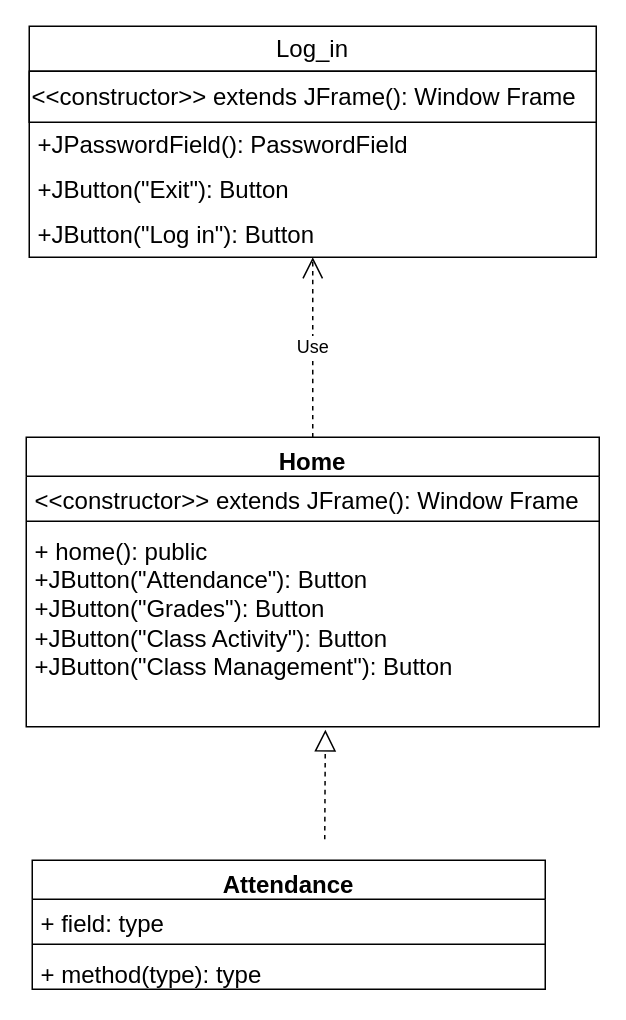
Earlier version of the draw.io diagram BIO_SCHOOL_TOOL.drawio (QuotableShip/Bio_School_Tool). Source tidied: cells renumbered, new cells numbered last; positions are measured from the earlier drawing's top-left corner, leaving out a move shared by most shapes. Both pictures are drawn from the tidied source at 150%, with x=0, y=0 at pixel (26, 26).
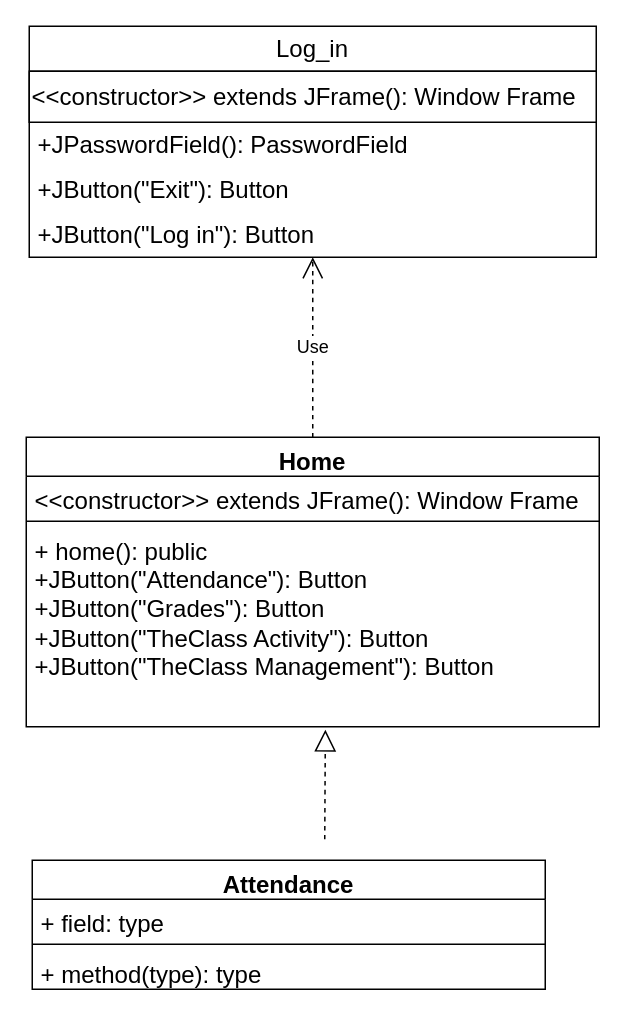
After the change.

Change to the diagram source:
```diff
@@
 <mxGraphModel>
   <root>
     <mxCell id="0" />
     <mxCell id="1" parent="0" />
     <mxCell id="2" value="Log_in" style="swimlane;fontStyle=0;horizontal=1;startSize=30;whiteSpace=wrap;html=1;fontSize=16;" parent="1" vertex="1">
       <mxGeometry x="2" width="378" height="154" as="geometry" />
     </mxCell>
     <mxCell id="3" value="&lt;div&gt;&amp;lt;&amp;lt;constructor&amp;gt;&amp;gt; extends JFrame(): Window Frame &lt;br&gt;&lt;/div&gt;" style="html=1;whiteSpace=wrap;fontSize=16;align=left;" parent="2" vertex="1">
       <mxGeometry y="30" width="378" height="34" as="geometry" />
     </mxCell>
     <mxCell id="4" value="+JPasswordField(): PasswordField" style="text;strokeColor=none;fillColor=none;align=left;verticalAlign=middle;spacingLeft=4;spacingRight=4;overflow=hidden;whiteSpace=wrap;html=1;fontSize=16;" parent="2" vertex="1">
       <mxGeometry y="64" width="378" height="30" as="geometry" />
     </mxCell>
     <mxCell id="5" value="+JButton(&quot;Exit&quot;): Button" style="text;strokeColor=none;fillColor=none;align=left;verticalAlign=middle;spacingLeft=4;spacingRight=4;overflow=hidden;whiteSpace=wrap;html=1;fontSize=16;" parent="2" vertex="1">
       <mxGeometry y="94" width="378" height="30" as="geometry" />
     </mxCell>
     <mxCell id="6" value="+JButton(&quot;Log in&quot;): Button" style="text;strokeColor=none;fillColor=none;align=left;verticalAlign=middle;spacingLeft=4;spacingRight=4;overflow=hidden;whiteSpace=wrap;html=1;fontSize=16;" parent="2" vertex="1">
       <mxGeometry y="124" width="378" height="30" as="geometry" />
     </mxCell>
     <mxCell id="7" value="Home" style="swimlane;fontStyle=1;align=center;verticalAlign=top;horizontal=1;startSize=26;whiteSpace=wrap;html=1;fontSize=16;" parent="1" vertex="1">
       <mxGeometry y="274" width="382" height="193" as="geometry" />
     </mxCell>
     <mxCell id="8" value="&amp;lt;&amp;lt;constructor&amp;gt;&amp;gt; extends JFrame(): Window Frame" style="text;strokeColor=none;fillColor=none;align=left;verticalAlign=top;spacingLeft=4;spacingRight=4;overflow=hidden;whiteSpace=wrap;html=1;fontSize=16;" parent="7" vertex="1">
       <mxGeometry y="26" width="382" height="26" as="geometry" />
     </mxCell>
     <mxCell id="9" style="line;strokeWidth=1;fillColor=none;align=left;verticalAlign=middle;spacingTop=-1;spacingLeft=3;spacingRight=3;labelPosition=right;strokeColor=inherit;fontSize=16;" parent="7" vertex="1">
       <mxGeometry y="52" width="382" height="8" as="geometry" />
     </mxCell>
     <mxCell id="10" style="endArrow=block;dashed=1;endFill=0;endSize=12;html=1;rounded=0;fontSize=12;curved=1;entryX=0.522;entryY=1.015;entryDx=0;entryDy=0;entryPerimeter=0;" parent="7" edge="1" target="11">
       <mxGeometry relative="1" as="geometry">
         <mxPoint x="199" y="268" as="sourcePoint" />
       </mxGeometry>
     </mxCell>
-    <mxCell id="11" value="&lt;div&gt;+ home(): public&lt;br&gt;&lt;/div&gt;&lt;div&gt;+JButton(&quot;Attendance&quot;): Button&lt;br&gt;&lt;/div&gt;&lt;div&gt;+JButton(&quot;Grades&quot;): Button&lt;br&gt;&lt;/div&gt;&lt;div&gt;+JButton(&quot;Class Activity&quot;): Button&lt;br&gt;&lt;/div&gt;&lt;div&gt;+JButton(&quot;Class Management&quot;): Button&lt;br&gt;&lt;/div&gt;&lt;div&gt;&lt;br&gt;&lt;/div&gt;&lt;div&gt;&lt;br&gt;&lt;/div&gt;&lt;div&gt;&lt;br&gt;&lt;/div&gt;&lt;div&gt;&lt;br&gt;&lt;/div&gt;&lt;div&gt;&lt;br&gt;&lt;/div&gt;" style="text;strokeColor=none;fillColor=none;align=left;verticalAlign=top;spacingLeft=4;spacingRight=4;overflow=hidden;points=[[0,0.5],[1,0.5]];portConstraint=eastwest;whiteSpace=wrap;html=1;fontSize=16;" parent="7" vertex="1">
+    <mxCell id="11" value="&lt;div&gt;+ home(): public&lt;br&gt;&lt;/div&gt;&lt;div&gt;+JButton(&quot;Attendance&quot;): Button&lt;br&gt;&lt;/div&gt;&lt;div&gt;+JButton(&quot;Grades&quot;): Button&lt;br&gt;&lt;/div&gt;&lt;div&gt;+JButton(&quot;TheClass Activity&quot;): Button&lt;br&gt;&lt;/div&gt;&lt;div&gt;+JButton(&quot;TheClass Management&quot;): Button&lt;br&gt;&lt;/div&gt;&lt;div&gt;&lt;br&gt;&lt;/div&gt;&lt;div&gt;&lt;br&gt;&lt;/div&gt;&lt;div&gt;&lt;br&gt;&lt;/div&gt;&lt;div&gt;&lt;br&gt;&lt;/div&gt;&lt;div&gt;&lt;br&gt;&lt;/div&gt;" style="text;strokeColor=none;fillColor=none;align=left;verticalAlign=top;spacingLeft=4;spacingRight=4;overflow=hidden;points=[[0,0.5],[1,0.5]];portConstraint=eastwest;whiteSpace=wrap;html=1;fontSize=16;" parent="7" vertex="1">
       <mxGeometry y="60" width="382" height="133" as="geometry" />
     </mxCell>
     <mxCell id="12" value="Use" style="endArrow=open;endSize=12;dashed=1;html=1;rounded=0;fontSize=12;curved=1;entryX=0.5;entryY=1;entryDx=0;entryDy=0;exitX=0.5;exitY=0;exitDx=0;exitDy=0;" parent="1" edge="1" source="7" target="2">
       <mxGeometry relative="1" as="geometry" />
     </mxCell>
     <mxCell id="13" value="Attendance" style="swimlane;fontStyle=1;align=center;verticalAlign=top;horizontal=1;startSize=26;whiteSpace=wrap;html=1;fontSize=16;" parent="1" vertex="1">
       <mxGeometry x="4" y="556" width="342" height="86" as="geometry" />
     </mxCell>
     <mxCell id="14" value="+ field: type" style="text;strokeColor=none;fillColor=none;align=left;verticalAlign=top;spacingLeft=4;spacingRight=4;overflow=hidden;whiteSpace=wrap;html=1;fontSize=16;" parent="13" vertex="1">
       <mxGeometry y="26" width="342" height="26" as="geometry" />
     </mxCell>
     <mxCell id="15" style="line;strokeWidth=1;fillColor=none;align=left;verticalAlign=middle;spacingTop=-1;spacingLeft=3;spacingRight=3;labelPosition=right;strokeColor=inherit;fontSize=16;" parent="13" vertex="1">
       <mxGeometry y="52" width="342" height="8" as="geometry" />
     </mxCell>
     <mxCell id="16" value="+ method(type): type" style="text;strokeColor=none;fillColor=none;align=left;verticalAlign=top;spacingLeft=4;spacingRight=4;overflow=hidden;whiteSpace=wrap;html=1;fontSize=16;" parent="13" vertex="1">
       <mxGeometry y="60" width="342" height="26" as="geometry" />
     </mxCell>
   </root>
 </mxGraphModel>
```
